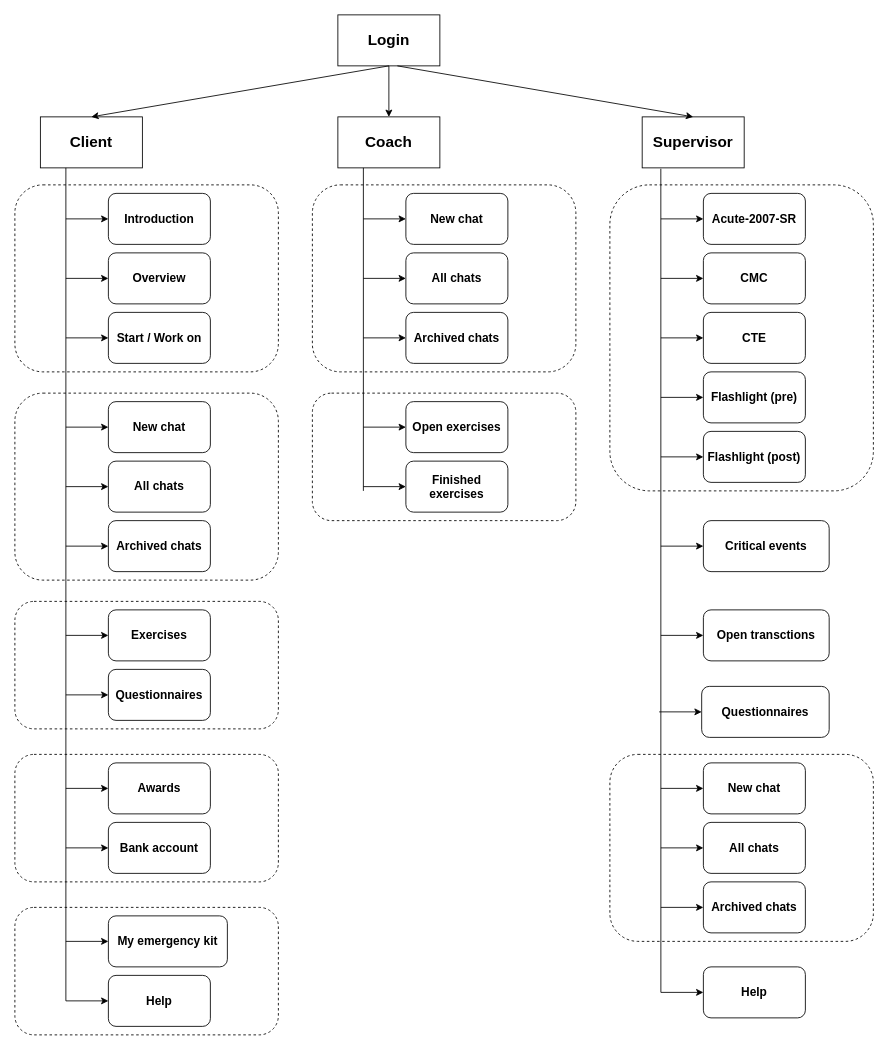
This is page "Sitemap" (1 of 8) of _diagrams/mtDiagrams.drawio from peterfromberger/mtLancetSupplementNEW, a draw.io file, before an edit. Source tidied: cells renumbered, new cells numbered last; positions are measured from the earlier drawing's top-left corner, leaving out a move shared by most shapes. Both pictures are drawn from the tidied source at 85%, with x=0, y=0 at pixel (14, 14).
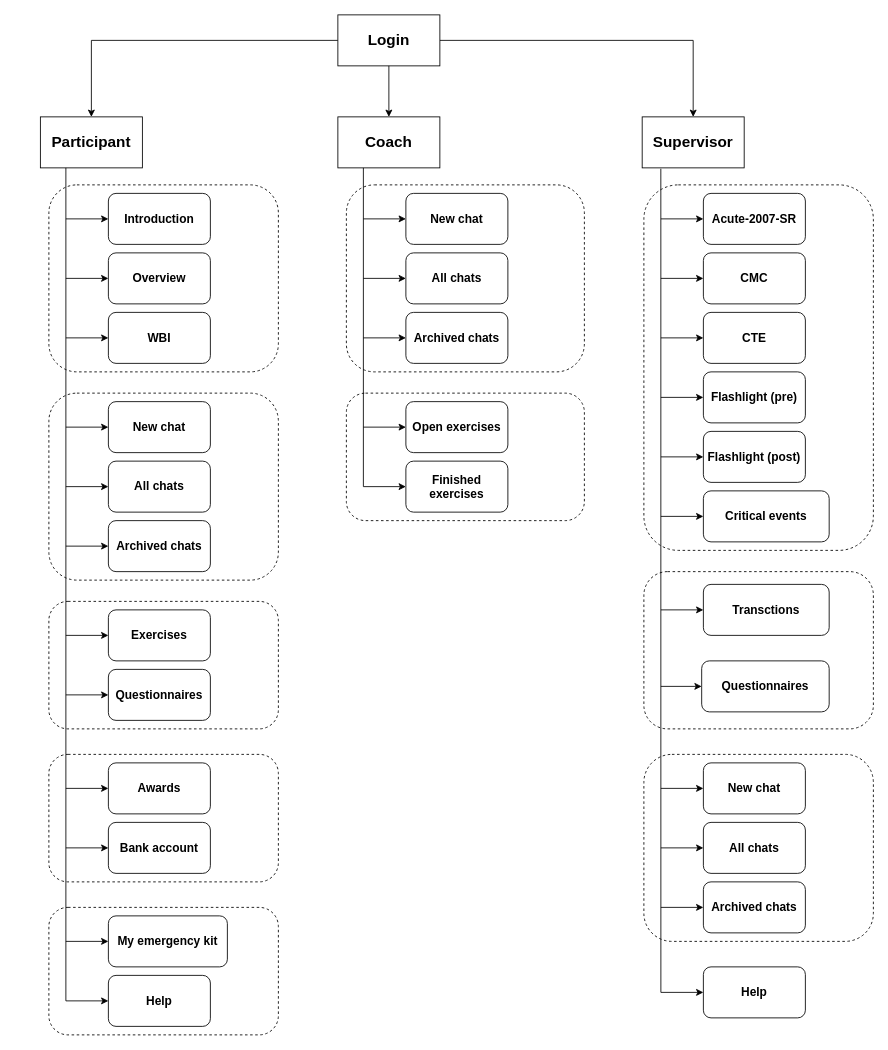
Above is the later version.

Unchanged cells that the change refers to:
```xml
<mxCell id="5" value="&lt;h2&gt;Login&lt;/h2&gt;" style="rounded=0;whiteSpace=wrap;html=1;" parent="1" vertex="1">
  <mxGeometry x="380" width="120" height="60" as="geometry" />
</mxCell>
<mxCell id="7" value="&lt;h2&gt;Coach&lt;/h2&gt;" style="rounded=0;whiteSpace=wrap;html=1;" parent="1" vertex="1">
  <mxGeometry x="380" y="120" width="120" height="60" as="geometry" />
</mxCell>
<mxCell id="8" value="&lt;h2&gt;Supervisor&lt;/h2&gt;" style="rounded=0;whiteSpace=wrap;html=1;" parent="1" vertex="1">
  <mxGeometry x="738" y="120" width="120" height="60" as="geometry" />
</mxCell>
```

Diff of the diagram source:
```diff
@@
+    <mxCell id="79" style="rounded=1;whiteSpace=wrap;html=1;dashed=1;fillColor=none;" parent="1" vertex="1">
+      <mxGeometry x="740" y="655" width="270" height="185" as="geometry" />
+    </mxCell>
     <mxCell id="2" style="rounded=1;whiteSpace=wrap;html=1;dashed=1;fillColor=none;" parent="1" vertex="1">
-      <mxGeometry x="350" y="445" width="310" height="150" as="geometry" />
+      <mxGeometry x="390" y="445" width="280" height="150" as="geometry" />
     </mxCell>
     <mxCell id="3" style="rounded=1;whiteSpace=wrap;html=1;dashed=1;fillColor=none;" parent="1" vertex="1">
-      <mxGeometry y="200" width="310" height="220" as="geometry" />
+      <mxGeometry x="40" y="200" width="270" height="220" as="geometry" />
     </mxCell>
     <mxCell id="4" style="rounded=1;whiteSpace=wrap;html=1;dashed=1;fillColor=none;" parent="1" vertex="1">
-      <mxGeometry y="445" width="310" height="220" as="geometry" />
+      <mxGeometry x="40" y="445" width="270" height="220" as="geometry" />
     </mxCell>
+    <mxCell id="80" style="edgeStyle=orthogonalEdgeStyle;rounded=0;jettySize=auto;html=1;entryX=0.5;entryY=0;entryDx=0;entryDy=0;" parent="1" edge="1" source="5" target="8">
+      <mxGeometry relative="1" as="geometry" />
+    </mxCell>
+    <mxCell id="37" style="edgeStyle=orthogonalEdgeStyle;rounded=0;jettySize=auto;html=1;entryX=0.5;entryY=0;entryDx=0;entryDy=0;" parent="1" edge="1" source="5" target="6">
+      <mxGeometry relative="1" as="geometry" />
+    </mxCell>
@@
-    <mxCell id="6" value="&lt;h3&gt;&lt;/h3&gt;&lt;h2&gt;Client&lt;/h2&gt;" style="rounded=0;whiteSpace=wrap;html=1;" parent="1" vertex="1">
+    <mxCell id="6" value="&lt;h3&gt;&lt;/h3&gt;&lt;h2&gt;Participant&lt;/h2&gt;" style="rounded=0;whiteSpace=wrap;html=1;" parent="1" vertex="1">
       <mxGeometry x="30" y="120" width="120" height="60" as="geometry" />
     </mxCell>
@@
-    <mxCell id="11" value="&lt;h3&gt;Start / Work on&lt;/h3&gt;" style="rounded=1;whiteSpace=wrap;html=1;" parent="1" vertex="1">
+    <mxCell id="11" value="&lt;font style=&quot;font-size: 14px;&quot;&gt;&lt;b style=&quot;&quot;&gt;WBI&lt;/b&gt;&lt;/font&gt;" style="rounded=1;whiteSpace=wrap;html=1;" parent="1" vertex="1">
       <mxGeometry x="110" y="350" width="120" height="60" as="geometry" />
     </mxCell>
@@
     <mxCell id="21" style="rounded=1;whiteSpace=wrap;html=1;dashed=1;fillColor=none;" parent="1" vertex="1">
-      <mxGeometry y="690" width="310" height="150" as="geometry" />
+      <mxGeometry x="40" y="690" width="270" height="150" as="geometry" />
     </mxCell>
@@
     <mxCell id="26" style="rounded=1;whiteSpace=wrap;html=1;dashed=1;fillColor=none;" parent="1" vertex="1">
-      <mxGeometry y="870" width="310" height="150" as="geometry" />
+      <mxGeometry x="40" y="870" width="270" height="150" as="geometry" />
     </mxCell>
@@
     <mxCell id="31" style="rounded=1;whiteSpace=wrap;html=1;dashed=1;fillColor=none;" parent="1" vertex="1">
-      <mxGeometry y="1050" width="310" height="150" as="geometry" />
+      <mxGeometry x="40" y="1050" width="270" height="150" as="geometry" />
     </mxCell>
@@
-    <mxCell id="37" style="endArrow=classic;html=1;rounded=0;exitX=0.5;exitY=1;exitDx=0;exitDy=0;entryX=0.5;entryY=0;entryDx=0;entryDy=0;" parent="1" edge="1" source="5" target="6">
-      <mxGeometry relative="1" as="geometry" />
-    </mxCell>
@@
-    <mxCell id="39" style="endArrow=classic;html=1;rounded=0;entryX=0.5;entryY=0;entryDx=0;entryDy=0;" parent="1" edge="1" target="8">
-      <mxGeometry relative="1" as="geometry">
-        <mxPoint x="450" y="60" as="sourcePoint" />
-      </mxGeometry>
-    </mxCell>
     <mxCell id="40" style="rounded=1;whiteSpace=wrap;html=1;dashed=1;fillColor=none;" parent="1" vertex="1">
-      <mxGeometry x="700" y="200" width="310" height="360" as="geometry" />
+      <mxGeometry x="740" y="200" width="270" height="430" as="geometry" />
     </mxCell>
@@
     <mxCell id="52" value="&lt;h3&gt;Critical events&lt;/h3&gt;" style="rounded=1;whiteSpace=wrap;html=1;" parent="1" vertex="1">
-      <mxGeometry x="810" y="595" width="148" height="60" as="geometry" />
+      <mxGeometry x="810" y="560" width="148" height="60" as="geometry" />
     </mxCell>
     <mxCell id="53" style="endArrow=classic;html=1;rounded=0;entryX=0;entryY=0.5;entryDx=0;entryDy=0;" parent="1" edge="1" target="52">
       <mxGeometry relative="1" as="geometry">
-        <mxPoint x="760" y="625" as="sourcePoint" />
+        <mxPoint x="760" y="590" as="sourcePoint" />
       </mxGeometry>
     </mxCell>
-    <mxCell id="54" value="&lt;h3&gt;Open transctions&lt;/h3&gt;" style="rounded=1;whiteSpace=wrap;html=1;" parent="1" vertex="1">
-      <mxGeometry x="810" y="700" width="148" height="60" as="geometry" />
+    <mxCell id="54" value="&lt;h3&gt;Transctions&lt;/h3&gt;" style="rounded=1;whiteSpace=wrap;html=1;" parent="1" vertex="1">
+      <mxGeometry x="810" y="670" width="148" height="60" as="geometry" />
     </mxCell>
     <mxCell id="55" style="endArrow=classic;html=1;rounded=0;entryX=0;entryY=0.5;entryDx=0;entryDy=0;" parent="1" edge="1" target="54">
       <mxGeometry relative="1" as="geometry">
-        <mxPoint x="760" y="730" as="sourcePoint" />
+        <mxPoint x="760" y="700" as="sourcePoint" />
       </mxGeometry>
     </mxCell>
     <mxCell id="56" style="rounded=1;whiteSpace=wrap;html=1;dashed=1;fillColor=none;" parent="1" vertex="1">
-      <mxGeometry x="700" y="870" width="310" height="220" as="geometry" />
+      <mxGeometry x="740" y="870" width="270" height="220" as="geometry" />
     </mxCell>
@@
     <mxCell id="63" value="&lt;h3&gt;Questionnaires&lt;/h3&gt;" style="rounded=1;whiteSpace=wrap;html=1;" parent="1" vertex="1">
-      <mxGeometry x="808" y="790" width="150" height="60" as="geometry" />
+      <mxGeometry x="808" y="760" width="150" height="60" as="geometry" />
     </mxCell>
     <mxCell id="64" style="endArrow=classic;html=1;rounded=0;entryX=0;entryY=0.5;entryDx=0;entryDy=0;" parent="1" edge="1" target="63">
       <mxGeometry relative="1" as="geometry">
-        <mxPoint x="758" y="820" as="sourcePoint" />
+        <mxPoint x="760" y="790" as="sourcePoint" />
       </mxGeometry>
     </mxCell>
@@
     <mxCell id="67" style="rounded=1;whiteSpace=wrap;html=1;dashed=1;fillColor=none;" parent="1" vertex="1">
-      <mxGeometry x="350" y="200" width="310" height="220" as="geometry" />
+      <mxGeometry x="390" y="200" width="280" height="220" as="geometry" />
     </mxCell>
@@
     <mxCell id="74" style="endArrow=none;html=1;rounded=0;exitX=0.25;exitY=1;exitDx=0;exitDy=0;" parent="1" edge="1" source="7">
       <mxGeometry relative="1" as="geometry">
-        <mxPoint x="410" y="560" as="targetPoint" />
+        <mxPoint x="410" y="555" as="targetPoint" />
       </mxGeometry>
     </mxCell>
```
